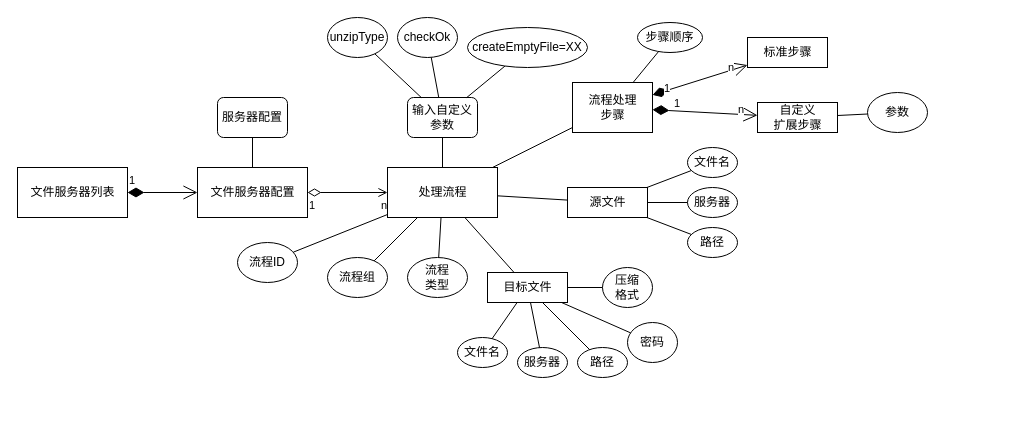
Before: page "原始关系" (6 of 6) of diagrams.net/DDDtest.drawio in ZhengweiHou/simplegit, a draw.io diagram. Source tidied: cells renumbered, new cells numbered last; positions are measured from the earlier drawing's top-left corner, leaving out a move shared by most shapes. Both pictures are drawn from the tidied source at 100%, with x=0, y=0 at pixel (17, 17).
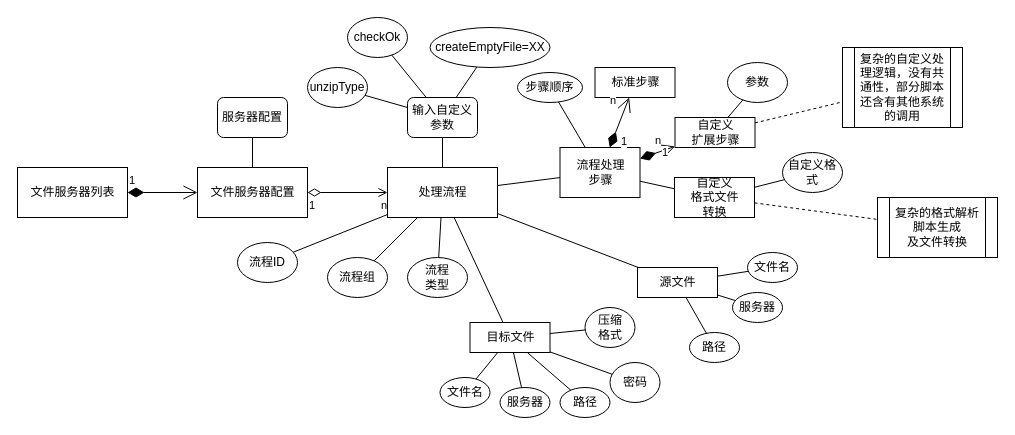
The same page after the edit.

Change to the diagram source:
```diff
@@
     <mxCell id="13" value="unzipType" style="ellipse;whiteSpace=wrap;html=1;fillColor=none;" parent="1" vertex="1">
-      <mxGeometry x="310" width="60" height="40" as="geometry" />
+      <mxGeometry x="290" y="50" width="60" height="40" as="geometry" />
     </mxCell>
@@
     <mxCell id="15" value="checkOk" style="ellipse;whiteSpace=wrap;html=1;fillColor=none;" parent="1" vertex="1">
-      <mxGeometry x="380" width="60" height="40" as="geometry" />
+      <mxGeometry x="330" width="60" height="40" as="geometry" />
     </mxCell>
@@
     <mxCell id="17" value="createEmptyFile=XX" style="ellipse;whiteSpace=wrap;html=1;fillColor=none;" parent="1" vertex="1">
-      <mxGeometry x="450" y="10" width="120" height="40" as="geometry" />
+      <mxGeometry x="412.5" y="10" width="120" height="40" as="geometry" />
     </mxCell>
@@
     <mxCell id="25" value="流程处理&lt;br&gt;步骤" style="html=1;fillColor=none;" parent="1" vertex="1">
-      <mxGeometry x="555" y="65" width="80" height="50" as="geometry" />
+      <mxGeometry x="542.5" y="130" width="80" height="50" as="geometry" />
     </mxCell>
@@
     <mxCell id="27" value="源文件" style="html=1;fillColor=none;" parent="1" vertex="1">
-      <mxGeometry x="550" y="170" width="80" height="30" as="geometry" />
+      <mxGeometry x="620" y="250" width="80" height="30" as="geometry" />
     </mxCell>
@@
     <mxCell id="29" value="目标文件" style="html=1;fillColor=none;" parent="1" vertex="1">
-      <mxGeometry x="470" y="255" width="80" height="30" as="geometry" />
+      <mxGeometry x="452.5" y="305" width="80" height="30" as="geometry" />
     </mxCell>
@@
     <mxCell id="31" value="标准步骤" style="html=1;fillColor=none;" parent="1" vertex="1">
-      <mxGeometry x="730" y="20" width="80" height="30" as="geometry" />
+      <mxGeometry x="577.5" y="50" width="80" height="30" as="geometry" />
     </mxCell>
     <mxCell id="32" value="&lt;div&gt;自定义&lt;/div&gt;&lt;div&gt;扩展步骤&lt;/div&gt;" style="html=1;fillColor=none;" parent="1" vertex="1">
-      <mxGeometry x="740" y="85" width="80" height="30" as="geometry" />
+      <mxGeometry x="657.5" y="100" width="80" height="30" as="geometry" />
     </mxCell>
     <mxCell id="33" value="&lt;div&gt;参数&lt;/div&gt;" style="ellipse;whiteSpace=wrap;html=1;fillColor=none;" parent="1" vertex="1">
-      <mxGeometry x="850" y="75" width="60" height="40" as="geometry" />
+      <mxGeometry x="710" y="45" width="60" height="40" as="geometry" />
     </mxCell>
@@
     <mxCell id="35" value="文件名" style="ellipse;whiteSpace=wrap;html=1;fillColor=none;" parent="1" vertex="1">
-      <mxGeometry x="670" y="130" width="50" height="30" as="geometry" />
+      <mxGeometry x="730" y="235" width="50" height="30" as="geometry" />
     </mxCell>
@@
     <mxCell id="43" value="步骤顺序" style="ellipse;whiteSpace=wrap;html=1;fillColor=none;" parent="1" vertex="1">
-      <mxGeometry x="620" y="5" width="65" height="30" as="geometry" />
+      <mxGeometry x="500" y="55" width="65" height="30" as="geometry" />
     </mxCell>
@@
     <mxCell id="45" value="文件名" style="ellipse;whiteSpace=wrap;html=1;fillColor=none;" parent="1" vertex="1">
-      <mxGeometry x="440" y="320" width="50" height="30" as="geometry" />
+      <mxGeometry x="422.5" y="360" width="50" height="30" as="geometry" />
     </mxCell>
@@
     <mxCell id="47" value="服务器" style="ellipse;whiteSpace=wrap;html=1;fillColor=none;" parent="1" vertex="1">
-      <mxGeometry x="670" y="170" width="50" height="30" as="geometry" />
+      <mxGeometry x="715" y="275" width="50" height="30" as="geometry" />
     </mxCell>
@@
     <mxCell id="49" value="路径" style="ellipse;whiteSpace=wrap;html=1;fillColor=none;" parent="1" vertex="1">
-      <mxGeometry x="670" y="210" width="50" height="30" as="geometry" />
+      <mxGeometry x="672" y="315" width="50" height="30" as="geometry" />
     </mxCell>
@@
     <mxCell id="51" value="服务器" style="ellipse;whiteSpace=wrap;html=1;fillColor=none;" parent="1" vertex="1">
-      <mxGeometry x="500" y="330" width="50" height="30" as="geometry" />
+      <mxGeometry x="482.5" y="370" width="50" height="30" as="geometry" />
     </mxCell>
     <mxCell id="52" value="路径" style="ellipse;whiteSpace=wrap;html=1;fillColor=none;" parent="1" vertex="1">
-      <mxGeometry x="560" y="330" width="50" height="30" as="geometry" />
+      <mxGeometry x="542.5" y="370" width="50" height="30" as="geometry" />
     </mxCell>
@@
     <mxCell id="55" value="&lt;div&gt;压缩&lt;/div&gt;&lt;div&gt;格式&lt;br&gt;&lt;/div&gt;" style="ellipse;whiteSpace=wrap;html=1;fillColor=none;" parent="1" vertex="1">
-      <mxGeometry x="585" y="250" width="50" height="40" as="geometry" />
+      <mxGeometry x="567.5" y="290" width="50" height="40" as="geometry" />
     </mxCell>
@@
     <mxCell id="57" value="密码" style="ellipse;whiteSpace=wrap;html=1;fillColor=none;" parent="1" vertex="1">
-      <mxGeometry x="610" y="305" width="50" height="40" as="geometry" />
+      <mxGeometry x="592.5" y="345" width="50" height="40" as="geometry" />
     </mxCell>
@@
+    <mxCell id="59" value="&lt;div&gt;自定义&lt;/div&gt;&lt;div&gt;格式文件&lt;/div&gt;转换" style="html=1;fillColor=none;" parent="1" vertex="1">
+      <mxGeometry x="657" y="160" width="80" height="40" as="geometry" />
+    </mxCell>
+    <mxCell id="60" value="自定义格式" style="ellipse;whiteSpace=wrap;html=1;fillColor=none;" parent="1" vertex="1">
+      <mxGeometry x="765" y="135" width="60" height="40" as="geometry" />
+    </mxCell>
+    <mxCell id="61" style="endArrow=none;html=1;startSize=11;endSize=7;" parent="1" edge="1" source="59" target="60">
+      <mxGeometry relative="1" as="geometry" />
+    </mxCell>
+    <mxCell id="62" style="endArrow=none;html=1;startSize=11;endSize=7;" parent="1" edge="1" source="25" target="59">
+      <mxGeometry relative="1" as="geometry" />
+    </mxCell>
+    <mxCell id="63" value="&lt;div&gt;复杂的格式解析&lt;/div&gt;&lt;div&gt;脚本生成&lt;/div&gt;&lt;div&gt;及文件转换&lt;br&gt;&lt;/div&gt;" style="shape=process;whiteSpace=wrap;html=1;backgroundOutline=1;fillColor=none;" parent="1" vertex="1">
+      <mxGeometry x="860" y="180" width="120" height="60" as="geometry" />
+    </mxCell>
+    <mxCell id="64" style="endArrow=none;html=1;startSize=11;endSize=7;dashed=1;" parent="1" edge="1" source="59" target="63">
+      <mxGeometry relative="1" as="geometry" />
+    </mxCell>
+    <mxCell id="65" value="&lt;div&gt;复杂的自定义处理逻辑，没有共通性，部分脚本还含有其他系统的调用&lt;/div&gt;" style="shape=process;whiteSpace=wrap;html=1;backgroundOutline=1;fillColor=none;" parent="1" vertex="1">
+      <mxGeometry x="825" y="30" width="120" height="80" as="geometry" />
+    </mxCell>
+    <mxCell id="66" style="endArrow=none;html=1;startSize=11;endSize=7;dashed=1;" parent="1" edge="1" source="32" target="65">
+      <mxGeometry relative="1" as="geometry" />
+    </mxCell>
```
